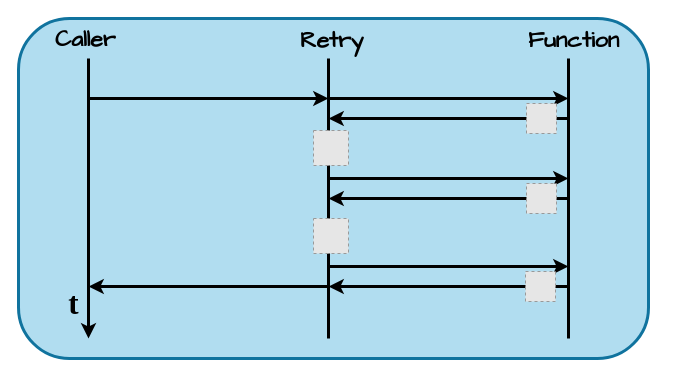
The draw.io diagram page "retry-server-client" (6 of 6) of docs/drawio/kresil-diagrams.drawio in kresil/project-documentation, before the edit. Source tidied: cells renumbered, new cells numbered last; positions are measured from the earlier drawing's top-left corner, leaving out a move shared by most shapes. Both pictures are drawn from the tidied source at 100%, with x=0, y=0 at pixel (18, 18). Pictures stored in the file or linked from it are replaced by grey dashed boxes.
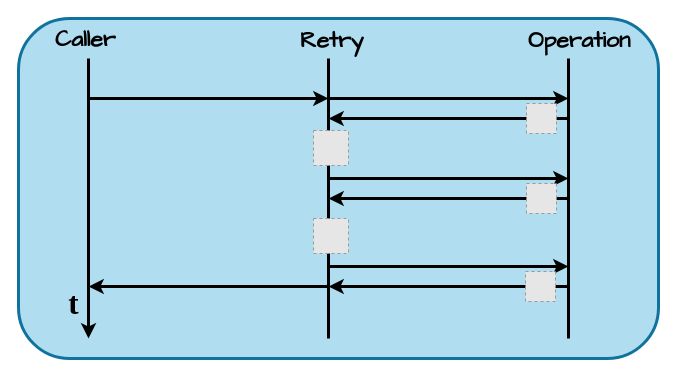
The same diagram, later.

What changed in the source:
```diff
@@
     <mxCell id="2" style="rounded=1;whiteSpace=wrap;html=1;fillColor=#b1ddf0;strokeColor=#10739e;strokeWidth=3;" parent="1" vertex="1">
-      <mxGeometry width="630" height="340" as="geometry" />
+      <mxGeometry width="640" height="340" as="geometry" />
     </mxCell>
@@
-    <mxCell id="20" value="&lt;div style=&quot;text-align: center;&quot;&gt;&lt;span style=&quot;background-color: initial; font-size: 23px;&quot;&gt;&lt;font face=&quot;Comic Sans MS&quot;&gt;&lt;b&gt;Function&lt;/b&gt;&lt;/font&gt;&lt;/span&gt;&lt;/div&gt;" style="text;whiteSpace=wrap;html=1;" parent="1" vertex="1">
+    <mxCell id="20" value="&lt;div style=&quot;text-align: center;&quot;&gt;&lt;span style=&quot;background-color: initial; font-size: 23px;&quot;&gt;&lt;font face=&quot;Comic Sans MS&quot;&gt;&lt;b&gt;Operation&lt;/b&gt;&lt;/font&gt;&lt;/span&gt;&lt;/div&gt;" style="text;whiteSpace=wrap;html=1;" parent="1" vertex="1">
       <mxGeometry x="508" y="1" width="70" height="40" as="geometry" />
     </mxCell>
```
